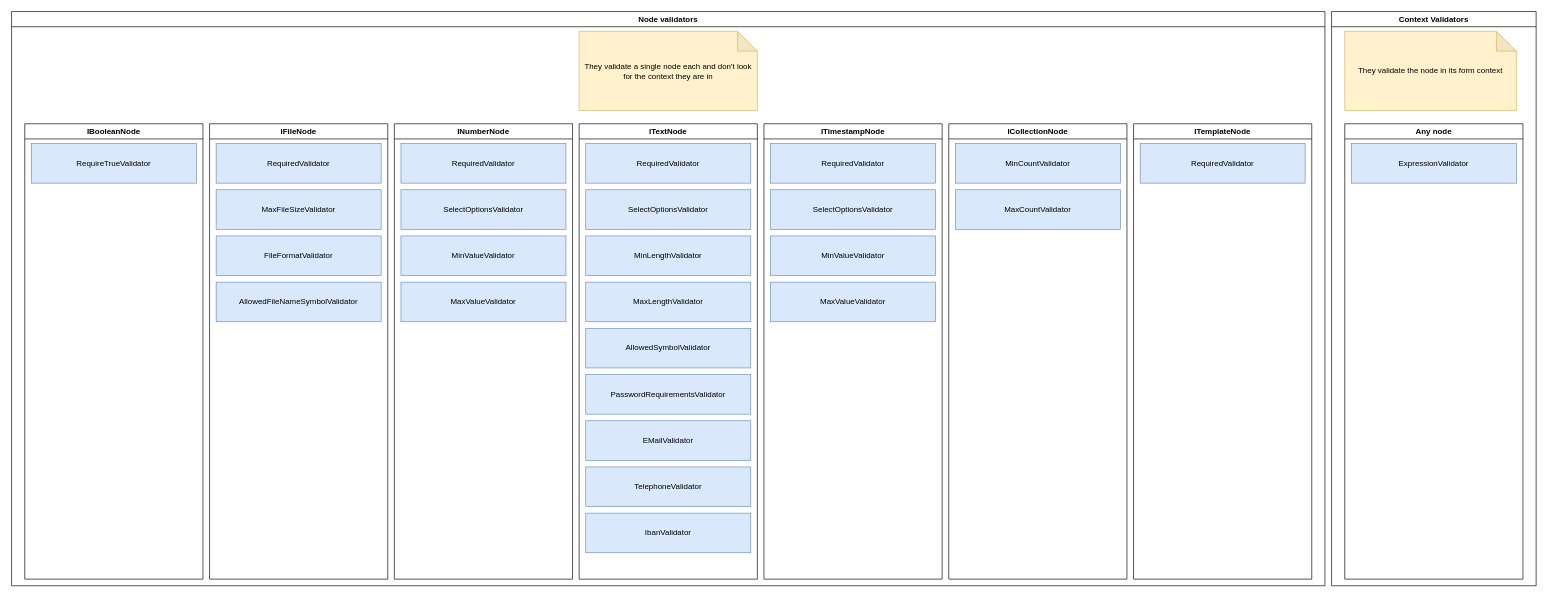
Before: doc/forms-concept/validators.drawio in RGXStorm281/common, a draw.io diagram. Source tidied: cells renumbered, new cells numbered last; positions are measured from the earlier drawing's top-left corner, leaving out a move shared by most shapes. Both pictures are drawn from the tidied source at 66%, with x=0, y=0 at pixel (11, 11).
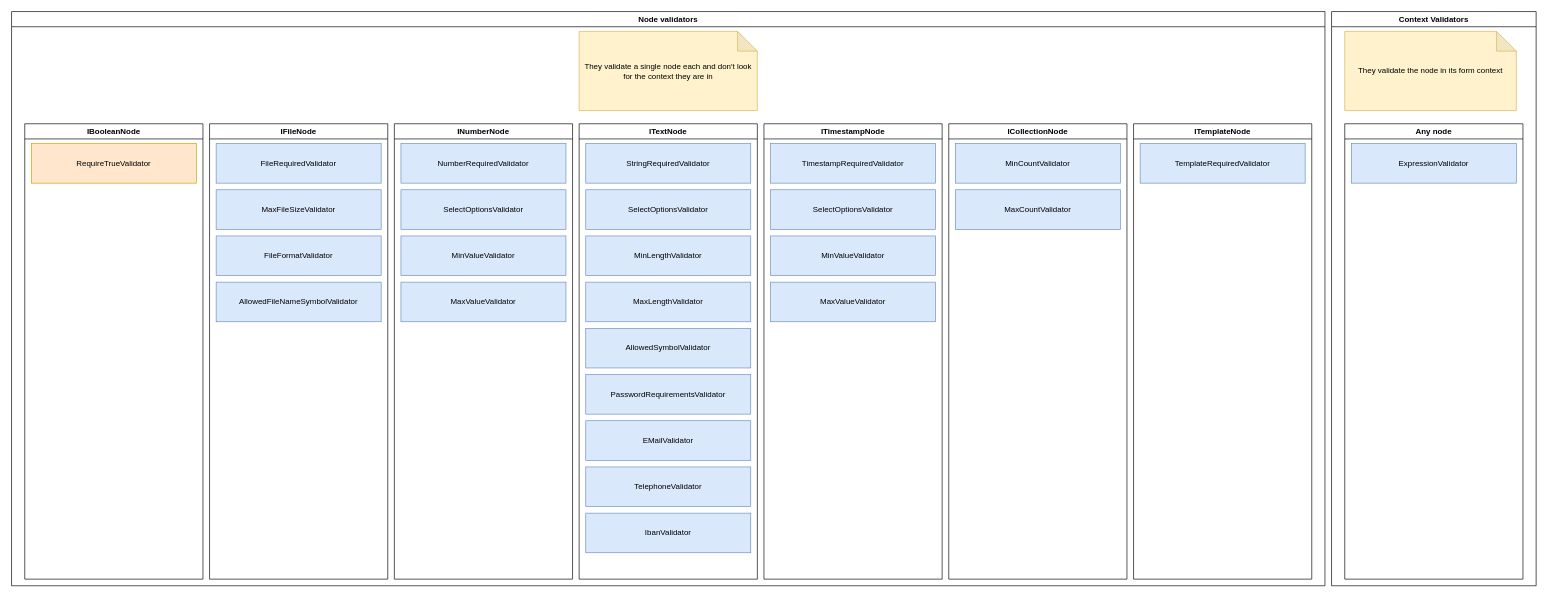
After the change.

Unchanged cells that the change refers to:
```xml
<mxCell id="4" value="IBooleanNode" style="swimlane;whiteSpace=wrap;html=1;" parent="2" vertex="1">
  <mxGeometry x="20" y="170" width="270" height="690" as="geometry" />
</mxCell>
<mxCell id="6" value="IFileNode" style="swimlane;whiteSpace=wrap;html=1;" parent="2" vertex="1">
  <mxGeometry x="300" y="170" width="270" height="690" as="geometry" />
</mxCell>
<mxCell id="11" value="INumberNode" style="swimlane;whiteSpace=wrap;html=1;" parent="2" vertex="1">
  <mxGeometry x="580" y="170" width="270" height="690" as="geometry" />
</mxCell>
<mxCell id="16" value="ITextNode" style="swimlane;whiteSpace=wrap;html=1;" parent="2" vertex="1">
  <mxGeometry x="860" y="170" width="270" height="690" as="geometry" />
</mxCell>
<mxCell id="26" value="ITimestampNode" style="swimlane;whiteSpace=wrap;html=1;" parent="2" vertex="1">
  <mxGeometry x="1140" y="170" width="270" height="690" as="geometry" />
</mxCell>
<mxCell id="34" value="ITemplateNode" style="swimlane;whiteSpace=wrap;html=1;" parent="2" vertex="1">
  <mxGeometry x="1700" y="170" width="270" height="690" as="geometry" />
</mxCell>
```

Diff of the diagram source:
```diff
@@
-    <mxCell id="5" value="RequireTrueValidator" style="rounded=0;whiteSpace=wrap;html=1;fillColor=#dae8fc;strokeColor=#6c8ebf;" parent="4" vertex="1">
+    <mxCell id="5" value="RequireTrueValidator" style="rounded=0;whiteSpace=wrap;html=1;fillColor=#ffe6cc;strokeColor=#d79b00;" parent="4" vertex="1">
       <mxGeometry x="10" y="30" width="250" height="60" as="geometry" />
     </mxCell>
@@
-    <mxCell id="7" value="RequiredValidator" style="rounded=0;whiteSpace=wrap;html=1;fillColor=#dae8fc;strokeColor=#6c8ebf;" parent="6" vertex="1">
+    <mxCell id="7" value="FileRequiredValidator" style="rounded=0;whiteSpace=wrap;html=1;fillColor=#dae8fc;strokeColor=#6c8ebf;" parent="6" vertex="1">
       <mxGeometry x="10" y="30" width="250" height="60" as="geometry" />
     </mxCell>
@@
-    <mxCell id="14" value="RequiredValidator" style="rounded=0;whiteSpace=wrap;html=1;fillColor=#dae8fc;strokeColor=#6c8ebf;" parent="11" vertex="1">
+    <mxCell id="14" value="NumberRequiredValidator" style="rounded=0;whiteSpace=wrap;html=1;fillColor=#dae8fc;strokeColor=#6c8ebf;" parent="11" vertex="1">
       <mxGeometry x="10" y="30" width="250" height="60" as="geometry" />
     </mxCell>
@@
-    <mxCell id="17" value="RequiredValidator" style="rounded=0;whiteSpace=wrap;html=1;fillColor=#dae8fc;strokeColor=#6c8ebf;" parent="16" vertex="1">
+    <mxCell id="17" value="StringRequiredValidator" style="rounded=0;whiteSpace=wrap;html=1;fillColor=#dae8fc;strokeColor=#6c8ebf;" parent="16" vertex="1">
       <mxGeometry x="10" y="30" width="250" height="60" as="geometry" />
     </mxCell>
@@
-    <mxCell id="27" value="RequiredValidator" style="rounded=0;whiteSpace=wrap;html=1;fillColor=#dae8fc;strokeColor=#6c8ebf;" parent="26" vertex="1">
+    <mxCell id="27" value="TimestampRequiredValidator" style="rounded=0;whiteSpace=wrap;html=1;fillColor=#dae8fc;strokeColor=#6c8ebf;" parent="26" vertex="1">
       <mxGeometry x="10" y="30" width="250" height="60" as="geometry" />
     </mxCell>
@@
-    <mxCell id="35" value="RequiredValidator" style="rounded=0;whiteSpace=wrap;html=1;fillColor=#dae8fc;strokeColor=#6c8ebf;" parent="34" vertex="1">
+    <mxCell id="35" value="TemplateRequiredValidator" style="rounded=0;whiteSpace=wrap;html=1;fillColor=#dae8fc;strokeColor=#6c8ebf;" parent="34" vertex="1">
       <mxGeometry x="10" y="30" width="250" height="60" as="geometry" />
     </mxCell>
```
